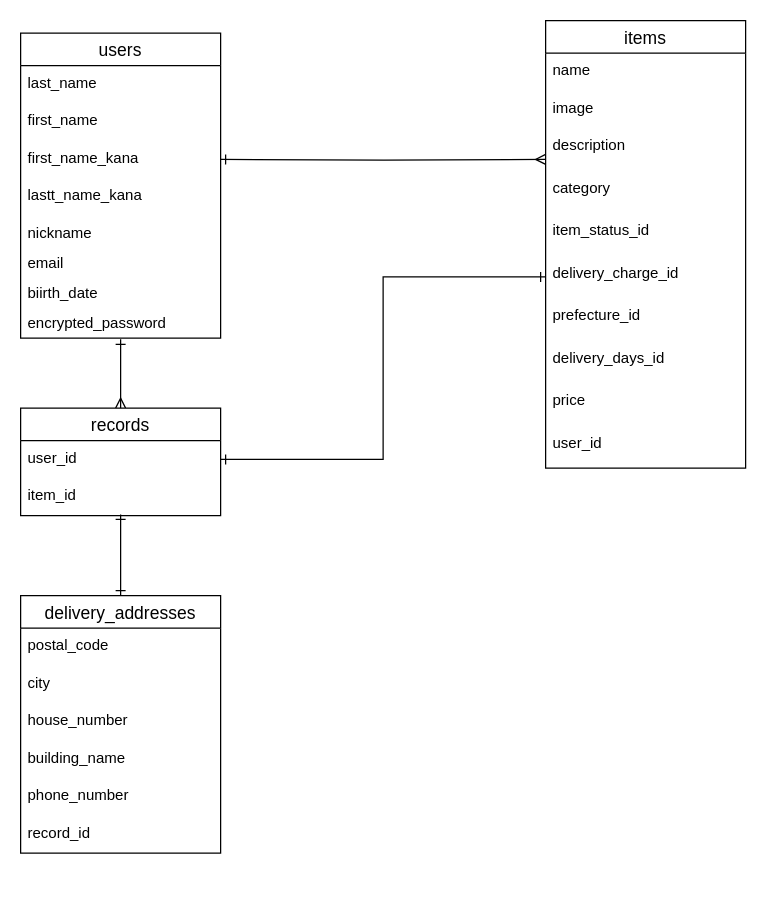
Before: furima.dio in yoshi3939/furima-36113, a draw.io diagram. Source tidied: cells renumbered, new cells numbered last; positions are measured from the earlier drawing's top-left corner, leaving out a move shared by most shapes. Both pictures are drawn from the tidied source at 125%, with x=0, y=0 at pixel (20, 20).
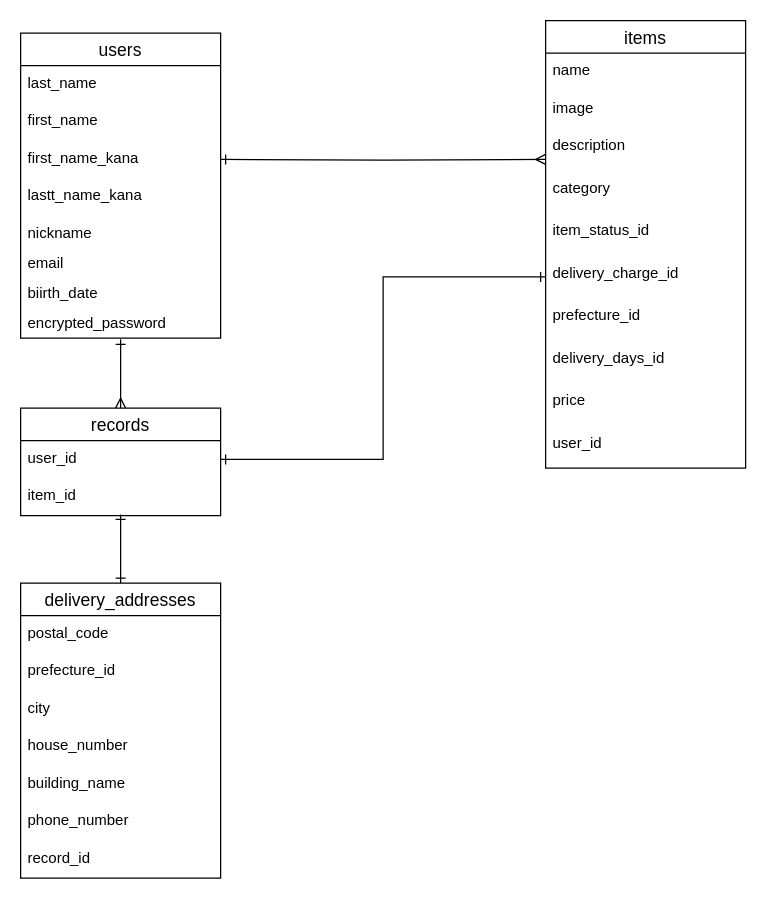
Above is the later version.

Commit message (it also covers changes not shown here):
データベース設計修正２

What changed in the source:
```diff
@@
     <mxCell id="27" value="delivery_addresses" style="swimlane;fontStyle=0;horizontal=1;startSize=26;align=center;fontSize=14;" parent="1" vertex="1">
-      <mxGeometry y="460" width="160" height="206" as="geometry" />
+      <mxGeometry y="450" width="160" height="236" as="geometry" />
     </mxCell>
@@
+    <mxCell id="36" value="prefecture_id" style="text;strokeColor=none;fillColor=none;spacingLeft=4;spacingRight=4;overflow=hidden;fontSize=12;" parent="27" vertex="1">
+      <mxGeometry y="56" width="160" height="30" as="geometry" />
+    </mxCell>
     <mxCell id="29" value="city" style="text;strokeColor=none;fillColor=none;spacingLeft=4;spacingRight=4;overflow=hidden;fontSize=12;" parent="27" vertex="1">
-      <mxGeometry y="56" width="160" height="30" as="geometry" />
+      <mxGeometry y="86" width="160" height="30" as="geometry" />
     </mxCell>
     <mxCell id="30" value="house_number" style="text;strokeColor=none;fillColor=none;spacingLeft=4;spacingRight=4;overflow=hidden;fontSize=12;" parent="27" vertex="1">
-      <mxGeometry y="86" width="160" height="30" as="geometry" />
+      <mxGeometry y="116" width="160" height="30" as="geometry" />
     </mxCell>
     <mxCell id="31" value="building_name" style="text;strokeColor=none;fillColor=none;spacingLeft=4;spacingRight=4;overflow=hidden;fontSize=12;" parent="27" vertex="1">
-      <mxGeometry y="116" width="160" height="30" as="geometry" />
+      <mxGeometry y="146" width="160" height="30" as="geometry" />
     </mxCell>
     <mxCell id="32" value="phone_number" style="text;strokeColor=none;fillColor=none;spacingLeft=4;spacingRight=4;overflow=hidden;fontSize=12;" parent="27" vertex="1">
-      <mxGeometry y="146" width="160" height="30" as="geometry" />
+      <mxGeometry y="176" width="160" height="30" as="geometry" />
     </mxCell>
     <mxCell id="33" value="record_id" style="text;strokeColor=none;fillColor=none;spacingLeft=4;spacingRight=4;overflow=hidden;fontSize=12;" parent="27" vertex="1">
-      <mxGeometry y="176" width="160" height="30" as="geometry" />
+      <mxGeometry y="206" width="160" height="30" as="geometry" />
     </mxCell>
```
